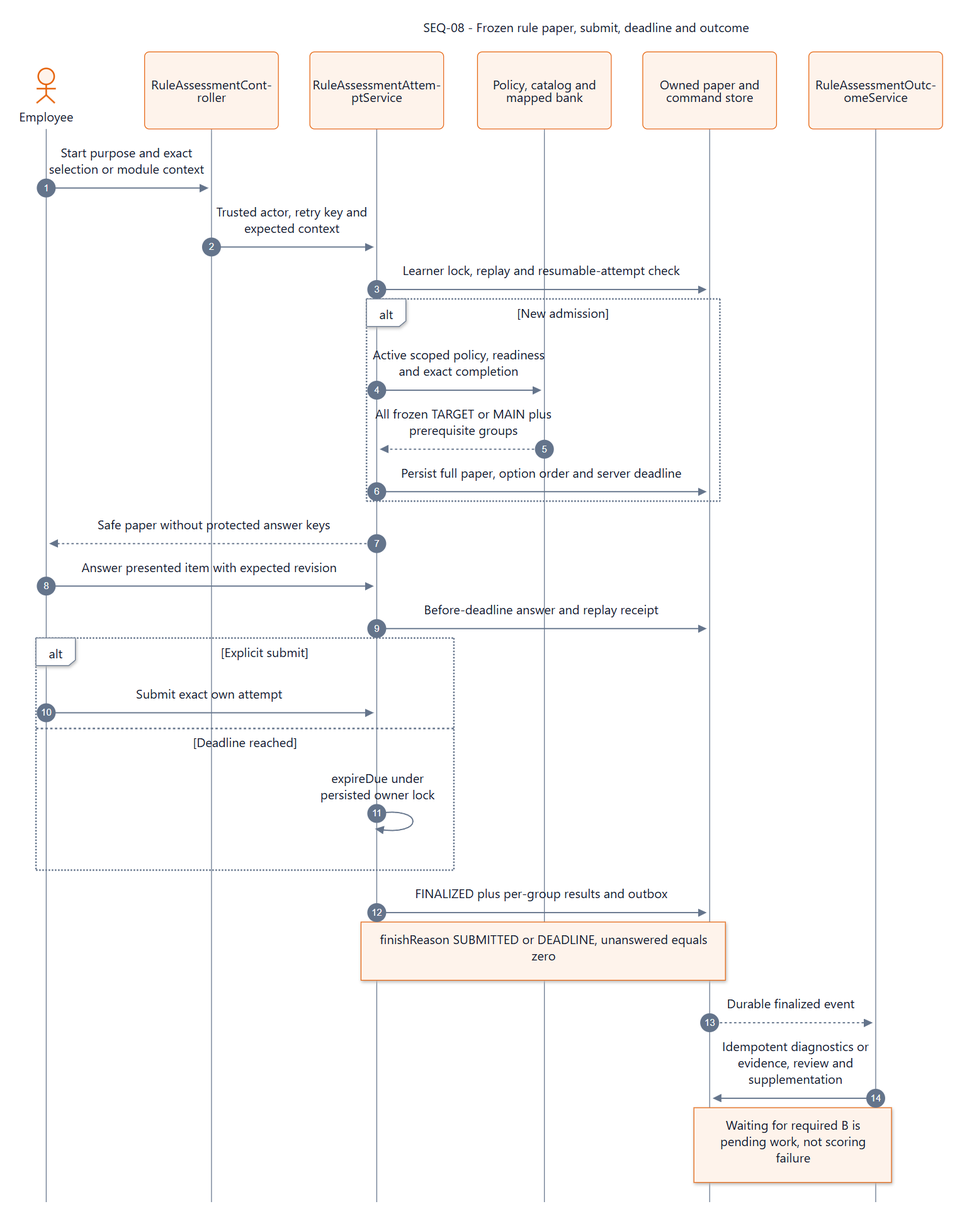
Earlier version of the Mermaid export documents/diagrams/mermaid/seq-08.png (SEP490-Fall-2026-GFA26SE64/SEP490). Its source is kept beside it as documents/diagrams/mermaid/seq-08.mmd.
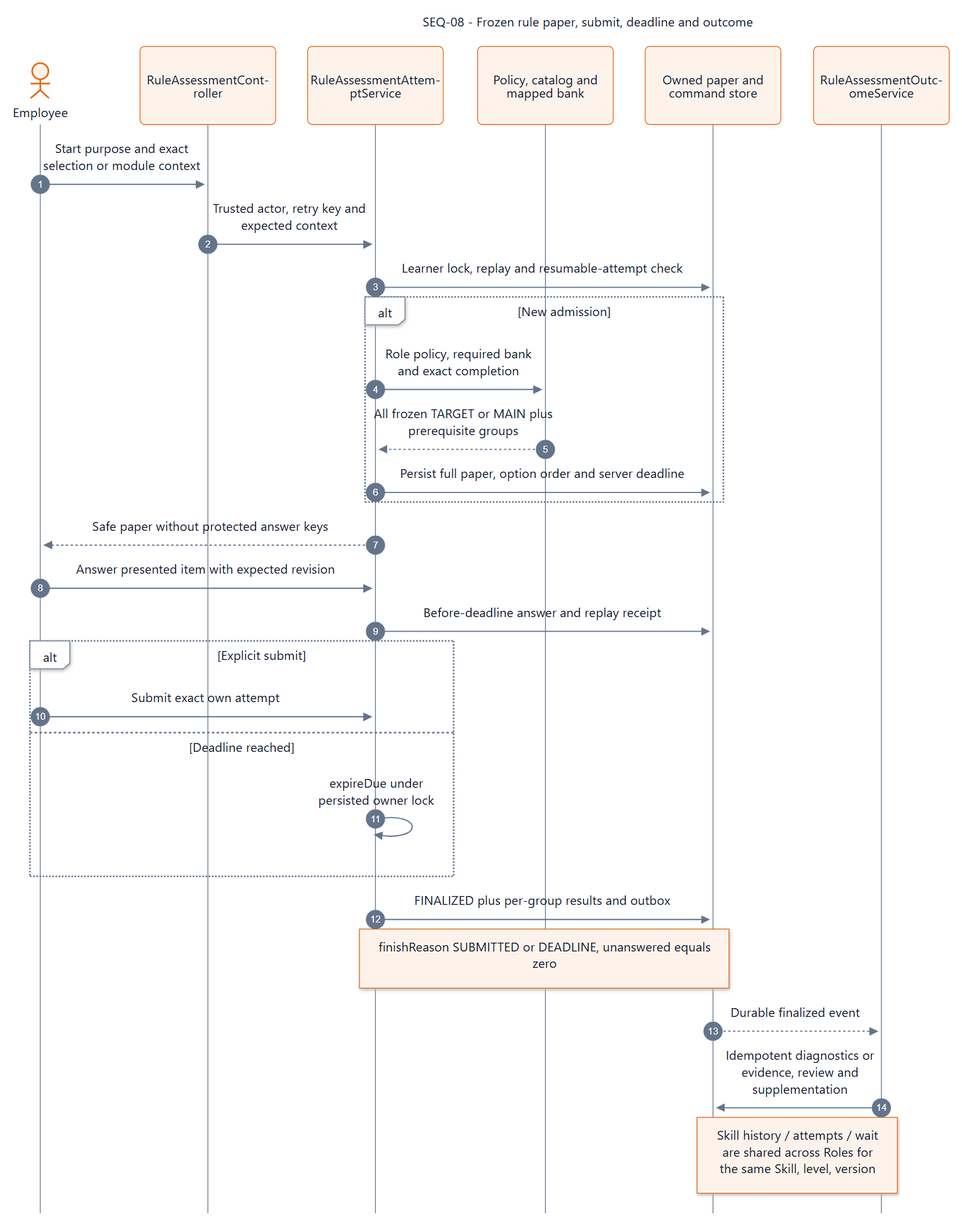
The same diagram one commit later.

The edit, as a diff of the source:
```diff
@@ -15,7 +15,7 @@
   API->>Attempts: Trusted actor, retry key and expected context
   Attempts->>PG: Learner lock, replay and resumable-attempt check
   alt New admission
-    Attempts->>Catalog: Active scoped policy, readiness and exact completion
+    Attempts->>Catalog: Role policy, required bank and exact completion
     Catalog-->>Attempts: All frozen TARGET or MAIN plus prerequisite groups
     Attempts->>PG: Persist full paper, option order and server deadline
   end
@@ -31,4 +31,4 @@
   Note over Attempts,PG: finishReason SUBMITTED or DEADLINE, unanswered equals zero
   PG-->>Worker: Durable finalized event
   Worker->>PG: Idempotent diagnostics or evidence, review and supplementation
-  Note over Worker,PG: Waiting for required B is pending work, not scoring failure
+  Note over Worker,PG: Skill history, used attempts and waits remain shared across Roles for the same Skill, level and version
```
